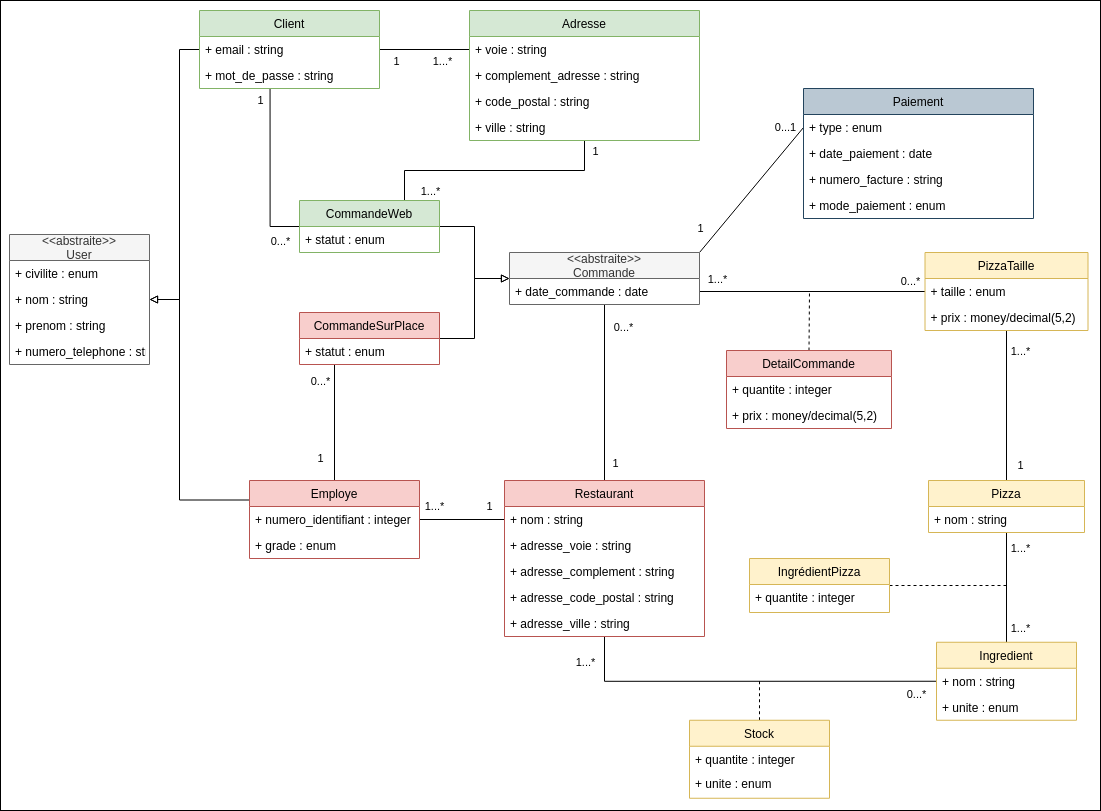
micktymoon/P6_pelletier_c-line keeps this draw.io diagram as P6_classe.png. Above is the earlier version. Source tidied: cells renumbered, new cells last; positions are measured from the earlier drawing's top-left corner, leaving out a move shared by most shapes.
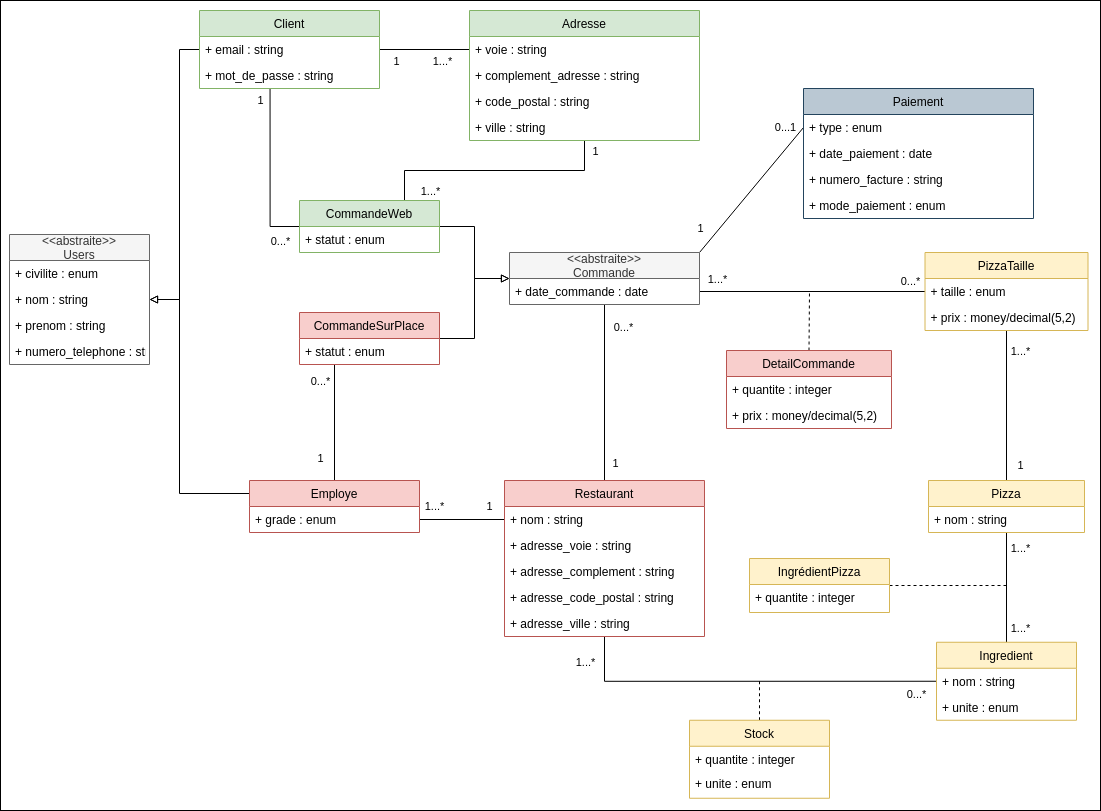
After the change.

Change to the diagram source:
```diff
@@ -144,8 +144,9 @@
         <mxPoint x="-9.2" y="-11.6" as="offset" />
       </mxGeometry>
     </mxCell>
-    <mxCell id="33" style="rounded=0;jettySize=auto;html=1;exitX=1;exitY=0.5;exitDx=0;exitDy=0;entryX=0;entryY=0.5;entryDx=0;entryDy=0;endArrow=none;endFill=0;elbow=vertical;" parent="1" edge="1" source="64">
+    <mxCell id="33" style="rounded=0;orthogonalLoop=1;jettySize=auto;html=1;exitX=1;exitY=0.5;exitDx=0;exitDy=0;entryX=0;entryY=0.5;entryDx=0;entryDy=0;endArrow=none;endFill=0;elbow=vertical;" parent="1" edge="1">
       <mxGeometry relative="1" as="geometry">
+        <mxPoint x="419" y="519" as="sourcePoint" />
         <mxPoint x="504" y="519" as="targetPoint" />
       </mxGeometry>
     </mxCell>
@@ -247,13 +248,10 @@
       <mxGeometry y="130" width="200" height="26" as="geometry" />
     </mxCell>
     <mxCell id="63" value="Employe" style="swimlane;fontStyle=0;horizontal=1;startSize=26;fillColor=#f8cecc;strokeColor=#b85450;" parent="1" vertex="1">
-      <mxGeometry x="249" y="480" width="170" height="78" as="geometry" />
+      <mxGeometry x="249" y="480" width="170" height="52" as="geometry" />
     </mxCell>
-    <mxCell id="64" value="+ numero_identifiant : integer" style="text;strokeColor=none;fillColor=none;align=left;verticalAlign=top;spacingLeft=4;spacingRight=4;overflow=hidden;points=[[0,0.5],[1,0.5]];portConstraint=eastwest;" parent="63" vertex="1">
-      <mxGeometry y="26" width="170" height="26" as="geometry" />
-    </mxCell>
     <mxCell id="65" value="+ grade : enum" style="text;strokeColor=none;fillColor=none;align=left;verticalAlign=top;spacingLeft=4;spacingRight=4;overflow=hidden;" parent="63" vertex="1">
-      <mxGeometry y="52" width="170" height="26" as="geometry" />
+      <mxGeometry y="26" width="170" height="26" as="geometry" />
     </mxCell>
     <mxCell id="66" value="Stock" style="swimlane;fontStyle=0;horizontal=1;startSize=26;fillColor=#fff2cc;strokeColor=#d6b656;" parent="1" vertex="1">
       <mxGeometry x="689" y="719.8" width="140" height="78" as="geometry" />
@@ -264,7 +262,7 @@
     <mxCell id="68" value="+ unite : enum" style="text;strokeColor=none;fillColor=none;align=left;verticalAlign=top;spacingLeft=4;spacingRight=4;overflow=hidden;" parent="66" vertex="1">
       <mxGeometry y="50" width="140" height="28" as="geometry" />
     </mxCell>
-    <mxCell id="69" value="&lt;&lt;abstraite&gt;&gt;&#10;User" style="swimlane;fontStyle=0;horizontal=1;startSize=26;fillColor=#f5f5f5;strokeColor=#666666;fontColor=#333333;" parent="1" vertex="1">
+    <mxCell id="69" value="&lt;&lt;abstraite&gt;&gt;&#10;Users" style="swimlane;fontStyle=0;horizontal=1;startSize=26;fillColor=#f5f5f5;strokeColor=#666666;fontColor=#333333;" parent="1" vertex="1">
       <mxGeometry x="9" y="234" width="140" height="130" as="geometry" />
     </mxCell>
     <mxCell id="70" value="+ civilite : enum" style="text;strokeColor=none;fillColor=none;align=left;verticalAlign=top;spacingLeft=4;spacingRight=4;overflow=hidden;" parent="69" vertex="1">
```
